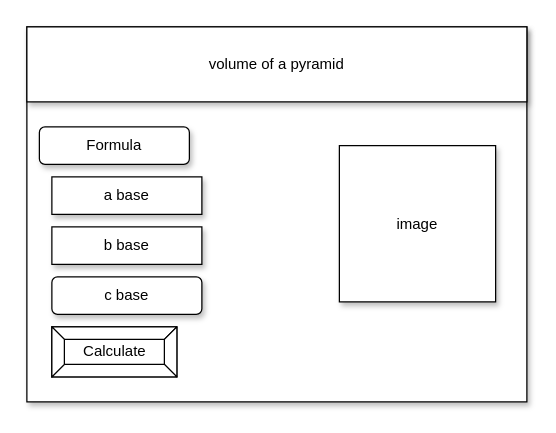
The draw.io diagram design/story-board.drawio in Allen-Li-hub/ICS2O-Unit3-04-HTML, before the edit. Source tidied: cells renumbered, new cells numbered last; positions are measured from the earlier drawing's top-left corner, leaving out a move shared by most shapes. Both pictures are drawn from the tidied source at 125%, with x=0, y=0 at pixel (26, 26).
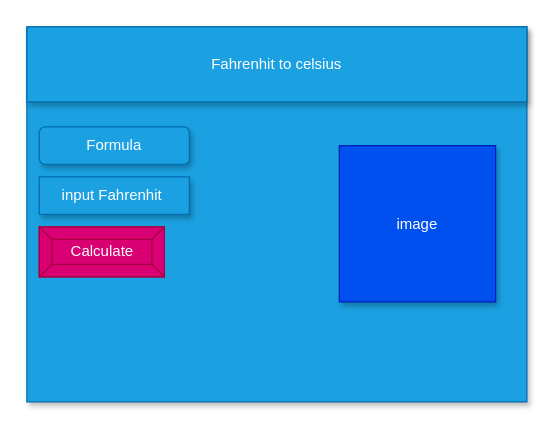
The same diagram, later.

What changed in the source:
```diff
@@
 <mxGraphModel>
   <root>
     <mxCell id="0" />
     <mxCell id="1" parent="0" />
-    <mxCell id="2" style="rounded=0;whiteSpace=wrap;html=1;shadow=1;" parent="1" vertex="1">
+    <mxCell id="2" style="rounded=0;whiteSpace=wrap;html=1;shadow=1;fillColor=#1ba1e2;fontColor=#ffffff;strokeColor=#006EAF;" parent="1" vertex="1">
       <mxGeometry width="400" height="300" as="geometry" />
     </mxCell>
-    <mxCell id="3" value="Calculate" style="labelPosition=center;verticalLabelPosition=middle;align=center;html=1;shape=mxgraph.basic.button;dx=10;" parent="1" vertex="1">
-      <mxGeometry x="20" y="240" width="100" height="40" as="geometry" />
+    <mxCell id="3" value="Calculate" style="labelPosition=center;verticalLabelPosition=middle;align=center;html=1;shape=mxgraph.basic.button;dx=10;fillColor=#d80073;fontColor=#ffffff;strokeColor=#A50040;" parent="1" vertex="1">
+      <mxGeometry x="10" y="160" width="100" height="40" as="geometry" />
     </mxCell>
-    <mxCell id="4" value="a base" style="rounded=0;whiteSpace=wrap;html=1;shadow=1;" parent="1" vertex="1">
-      <mxGeometry x="20" y="120" width="120" height="30" as="geometry" />
+    <mxCell id="4" value="input Fahrenhit&amp;nbsp;" style="rounded=0;whiteSpace=wrap;html=1;shadow=1;fillColor=#1ba1e2;fontColor=#ffffff;strokeColor=#006EAF;" parent="1" vertex="1">
+      <mxGeometry x="10" y="120" width="120" height="30" as="geometry" />
     </mxCell>
-    <mxCell id="5" value="b base" style="rounded=0;whiteSpace=wrap;html=1;shadow=1;" parent="1" vertex="1">
-      <mxGeometry x="20" y="160" width="120" height="30" as="geometry" />
-    </mxCell>
-    <mxCell id="6" value="c base" style="rounded=1;whiteSpace=wrap;html=1;shadow=1;" parent="1" vertex="1">
-      <mxGeometry x="20" y="200" width="120" height="30" as="geometry" />
-    </mxCell>
-    <mxCell id="7" value="image" style="whiteSpace=wrap;html=1;shadow=1;" parent="1" vertex="1">
+    <mxCell id="7" value="image" style="whiteSpace=wrap;html=1;shadow=1;fillColor=#0050ef;fontColor=#ffffff;strokeColor=#001DBC;" parent="1" vertex="1">
       <mxGeometry x="250" y="95" width="125" height="125" as="geometry" />
     </mxCell>
-    <mxCell id="8" value="&lt;span&gt;volume of a pyramid&lt;/span&gt;" style="rounded=0;whiteSpace=wrap;html=1;shadow=1;" parent="1" vertex="1">
+    <mxCell id="8" value="&lt;span&gt;Fahrenhit to celsius&lt;/span&gt;" style="rounded=0;whiteSpace=wrap;html=1;shadow=1;fillColor=#1ba1e2;fontColor=#ffffff;strokeColor=#006EAF;" parent="1" vertex="1">
       <mxGeometry width="400" height="60" as="geometry" />
     </mxCell>
-    <mxCell id="9" value="Formula" style="rounded=1;whiteSpace=wrap;html=1;shadow=1;" parent="1" vertex="1">
+    <mxCell id="9" value="Formula" style="rounded=1;whiteSpace=wrap;html=1;shadow=1;fillColor=#1ba1e2;fontColor=#ffffff;strokeColor=#006EAF;" parent="1" vertex="1">
       <mxGeometry x="10" y="80" width="120" height="30" as="geometry" />
     </mxCell>
   </root>
 </mxGraphModel>
```
